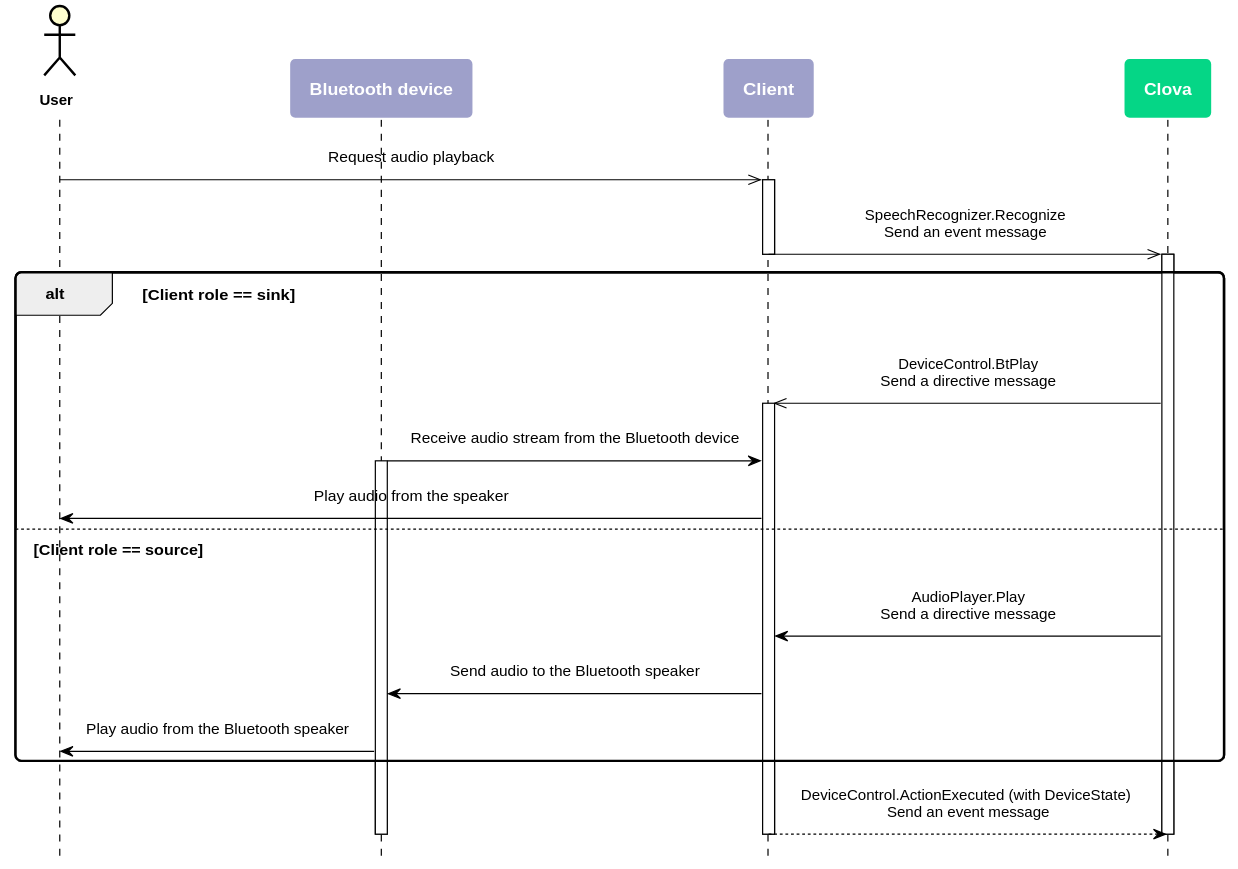
This is en-KR/Develop/Assets/Images/CIC_BluetoothControl_Work_Flow3.svg from muchokwon/clova-client-developer-guide, a PlantUML export, as it was before one commit. Its diagram source:
```plantuml
@startuml
scale max 880 width
skinparam sequenceMessageAlign center
skinparam shadowing false
skinparam roundcorner 10
skinparam padding 10
skinparam defaultFontSize 12
skinparam sequence {
	ArrowColor #000000
	ActorBorderColor #000000
	ActorFontStyle Bolder

	LifeLineBorderColor #000000
	LifeLineBackgroundColor transparent
	ParticipantBorderColor transparent
	ParticipantFontSize 14
	ParticipantFontColor #ffffff
	ParticipantFontStyle bold

	BoxBorderColor #000000
	BoxFontColor #ffffff
    BoxFontSize 14
    BoxFontStyle bold
}
skinparam note {
	BackgroundColor #9EA0CA
	BorderColor #ffffff
	FontColor #ffffff
	FontSize 14
	FontStyle bold
}
hide footbox

actor User as user
participant "Bluetooth device" as device #9EA0CA
participant Client as client #9EA0CA
participant "Clova" as clova #05D686

user ->> client : Request audio playback
activate client
client ->> clova : SpeechRecognizer.Recognize\nSend an event message
deactivate client
activate clova
alt Client role == sink
  clova ->> client : DeviceControl.BtPlay\nSend a directive message

activate client

	device -> client : Receive audio stream from the Bluetooth device
  activate device
    client -> user : Play audio from the speaker
else Client role == source
        clova -> client : AudioPlayer.Play\nSend a directive message
        client -> device : Send audio to the Bluetooth speaker
    device -> user : Play audio from the Bluetooth speaker
end
  client --> clova : DeviceControl.ActionExecuted (with DeviceState) \nSend an event message
deactivate client
deactivate device
deactivate clova

@enduml
```
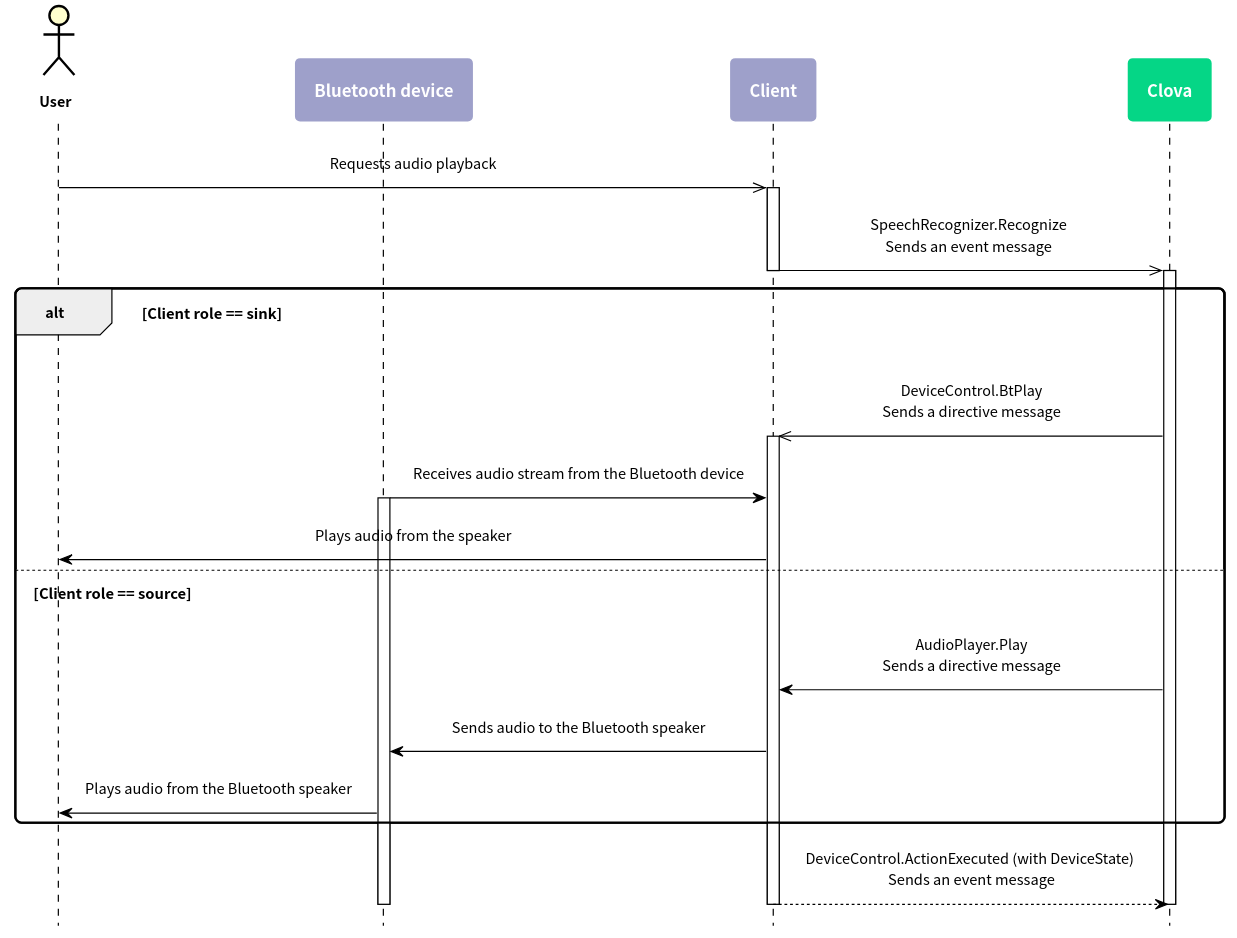
Later version of the same file.

What changed in the source:
```diff
@@ -5,56 +5,74 @@
 skinparam roundcorner 10
 skinparam padding 10
 skinparam defaultFontSize 12
+skinparam defaultFontName "Noto Sans CJK KR"
+
+skinparam note {
+  BackgroundColor #9EA0CA
+  BorderColor #ffffff
+  FontColor #ffffff
+  FontSize 14
+  FontStyle bold
+}
+
 skinparam sequence {
-	ArrowColor #000000
-	ActorBorderColor #000000
-	ActorFontStyle Bolder
+  ArrowColor #000000
+  ActorBorderColor #000000
+  ActorFontStyle Bolder
 
-	LifeLineBorderColor #000000
-	LifeLineBackgroundColor transparent
-	ParticipantBorderColor transparent
-	ParticipantFontSize 14
-	ParticipantFontColor #ffffff
-	ParticipantFontStyle bold
 
-	BoxBorderColor #000000
-	BoxFontColor #ffffff
+  LifeLineBorderColor #000000
+  LifeLineBackgroundColor transparent
+  ParticipantBorderColor transparent
+  ParticipantFontSize 14
+  ParticipantFontColor #ffffff
+  ParticipantFontStyle bold
+
+  BoxBorderColor #000000
+  BoxFontColor #ffffff
     BoxFontSize 14
     BoxFontStyle bold
 }
-skinparam note {
-	BackgroundColor #9EA0CA
-	BorderColor #ffffff
-	FontColor #ffffff
-	FontSize 14
-	FontStyle bold
+hide footbox
+
+skinparam activity {
+  BackgroundColor #9EA0CA
+  BarColor #ffffff
+  BorderColor #ffffff
+  DiamondBackgroundColor #05D686
+  DiamondBorderColor #ffffff
+  DiamondFontColor #ffffff
+  DiamondFontSize 14
+  DiamondFontStyle bold
+  FontColor #ffffff
+  FontSize 14
+  FontStyle bold
 }
-hide footbox
 
 actor User as user
 participant "Bluetooth device" as device #9EA0CA
 participant Client as client #9EA0CA
 participant "Clova" as clova #05D686
 
-user ->> client : Request audio playback
+user ->> client : Requests audio playback
 activate client
-client ->> clova : SpeechRecognizer.Recognize\nSend an event message
+client ->> clova : SpeechRecognizer.Recognize\nSends an event message
 deactivate client
 activate clova
 alt Client role == sink
-  clova ->> client : DeviceControl.BtPlay\nSend a directive message
+  clova ->> client : DeviceControl.BtPlay\nSends a directive message
 
 activate client
 
-	device -> client : Receive audio stream from the Bluetooth device
+	device -> client : Receives audio stream from the Bluetooth device
   activate device
-    client -> user : Play audio from the speaker
+    client -> user : Plays audio from the speaker
 else Client role == source
-        clova -> client : AudioPlayer.Play\nSend a directive message
-        client -> device : Send audio to the Bluetooth speaker
-    device -> user : Play audio from the Bluetooth speaker
+        clova -> client : AudioPlayer.Play\nSends a directive message
+        client -> device : Sends audio to the Bluetooth speaker
+    device -> user : Plays audio from the Bluetooth speaker
 end
-  client --> clova : DeviceControl.ActionExecuted (with DeviceState) \nSend an event message
+  client --> clova : DeviceControl.ActionExecuted (with DeviceState) \nSends an event message
 deactivate client
 deactivate device
 deactivate clova
```
